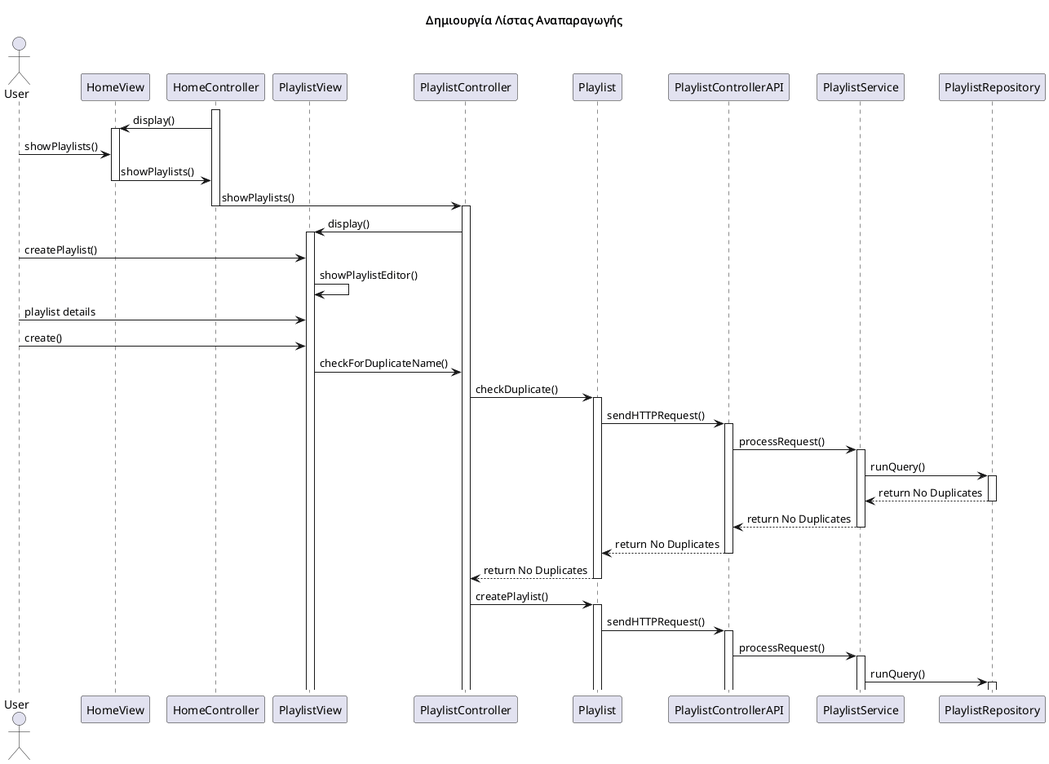
This is Paradoteo_2/SequenceDiagram3.png from RubenKingCP/Tunix, a PlantUML export, as it was before one commit. The source it was exported from:
```plantuml
@startuml name

title Δημιουργία Λίστας Αναπαραγωγής

actor User
participant HomeView
participant HomeController
participant PlaylistView
participant PlaylistController
participant Playlist
participant PlaylistControllerAPI
participant PlaylistService
participant PlaylistRepository

activate HomeController
HomeController -> HomeView : display()
activate HomeView
User -> HomeView : showPlaylists()
HomeView -> HomeController : showPlaylists()
deactivate HomeView

HomeController -> PlaylistController : showPlaylists()
deactivate HomeController
activate PlaylistController
PlaylistController -> PlaylistView : display()
activate PlaylistView
User -> PlaylistView : createPlaylist()
PlaylistView -> PlaylistView : showPlaylistEditor()
User -> PlaylistView : playlist details
User -> PlaylistView : create()
PlaylistView -> PlaylistController : checkForDuplicateName()
PlaylistController -> Playlist : checkDuplicate()
activate Playlist
Playlist -> PlaylistControllerAPI : sendHTTPRequest()
activate PlaylistControllerAPI
PlaylistControllerAPI -> PlaylistService : processRequest()
activate PlaylistService
PlaylistService -> PlaylistRepository : runQuery()
activate PlaylistRepository
PlaylistRepository --> PlaylistService : return No Duplicates
deactivate PlaylistRepository
PlaylistService --> PlaylistControllerAPI : return No Duplicates
deactivate PlaylistService
PlaylistControllerAPI --> Playlist : return No Duplicates
deactivate PlaylistControllerAPI
Playlist --> PlaylistController : return No Duplicates
deactivate Playlist
PlaylistController -> Playlist : createPlaylist()
activate Playlist
Playlist -> PlaylistControllerAPI : sendHTTPRequest()
activate PlaylistControllerAPI
PlaylistControllerAPI -> PlaylistService : processRequest()
activate PlaylistService
PlaylistService -> PlaylistRepository : runQuery()
activate PlaylistRepository

@enduml
```
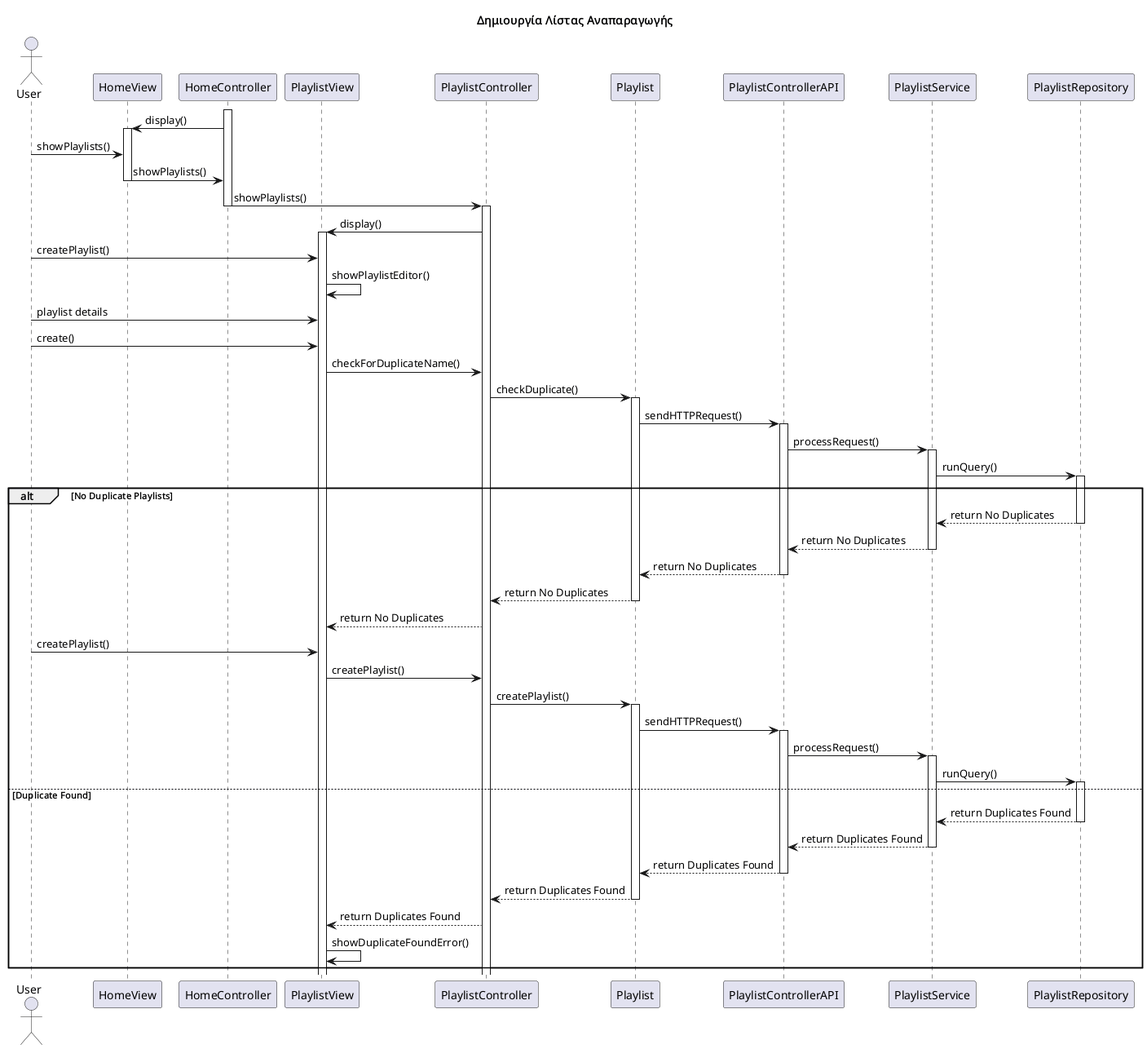
Above is the later version.

Commit message:
Added alternative to sequence diagram

Diff of the diagram source:
```diff
@@ -37,21 +37,36 @@
 activate PlaylistService
 PlaylistService -> PlaylistRepository : runQuery()
 activate PlaylistRepository
-PlaylistRepository --> PlaylistService : return No Duplicates
-deactivate PlaylistRepository
-PlaylistService --> PlaylistControllerAPI : return No Duplicates
-deactivate PlaylistService
-PlaylistControllerAPI --> Playlist : return No Duplicates
-deactivate PlaylistControllerAPI
-Playlist --> PlaylistController : return No Duplicates
-deactivate Playlist
-PlaylistController -> Playlist : createPlaylist()
-activate Playlist
-Playlist -> PlaylistControllerAPI : sendHTTPRequest()
-activate PlaylistControllerAPI
-PlaylistControllerAPI -> PlaylistService : processRequest()
-activate PlaylistService
-PlaylistService -> PlaylistRepository : runQuery()
-activate PlaylistRepository
-
+alt No Duplicate Playlists
+    PlaylistRepository --> PlaylistService : return No Duplicates
+    deactivate PlaylistRepository
+    PlaylistService --> PlaylistControllerAPI : return No Duplicates
+    deactivate PlaylistService
+    PlaylistControllerAPI --> Playlist : return No Duplicates
+    deactivate PlaylistControllerAPI
+    Playlist --> PlaylistController : return No Duplicates
+    deactivate Playlist
+    PlaylistController --> PlaylistView : return No Duplicates
+    User -> PlaylistView : createPlaylist()
+    PlaylistView -> PlaylistController : createPlaylist()
+    PlaylistController -> Playlist : createPlaylist()
+    activate Playlist
+    Playlist -> PlaylistControllerAPI : sendHTTPRequest()
+    activate PlaylistControllerAPI
+    PlaylistControllerAPI -> PlaylistService : processRequest()
+    activate PlaylistService
+    PlaylistService -> PlaylistRepository : runQuery()
+    activate PlaylistRepository
+else Duplicate Found
+    PlaylistRepository --> PlaylistService : return Duplicates Found
+    deactivate PlaylistRepository
+    PlaylistService --> PlaylistControllerAPI : return Duplicates Found
+    deactivate PlaylistService
+    PlaylistControllerAPI --> Playlist : return Duplicates Found
+    deactivate PlaylistControllerAPI
+    Playlist --> PlaylistController : return Duplicates Found
+    deactivate Playlist
+    PlaylistController --> PlaylistView : return Duplicates Found
+    PlaylistView -> PlaylistView : showDuplicateFoundError()
+end
 @enduml
```
